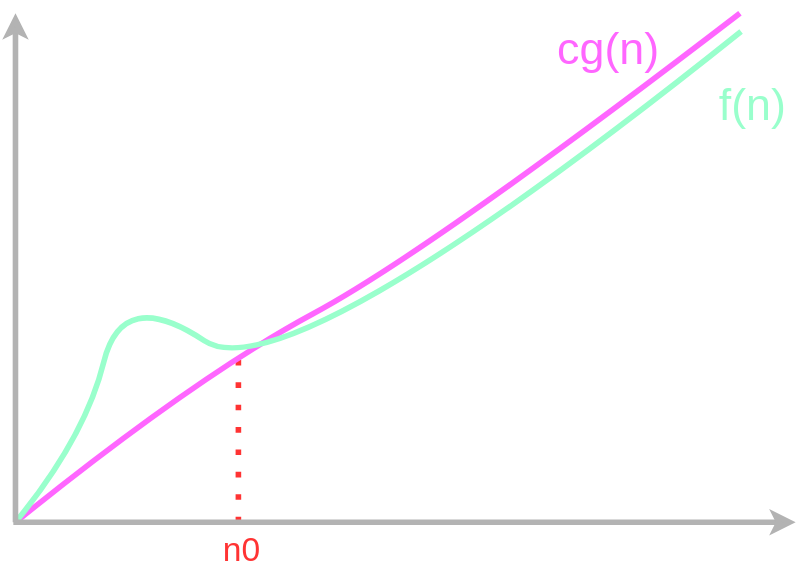
The draw.io diagram lectures/assets/diag/big-o-graph.drawio.svg in uea-teaching/computing-principles, before a commit. Source tidied: cells renumbered, new cells last; positions are measured from the earlier drawing's top-left corner, leaving out a move shared by most shapes.
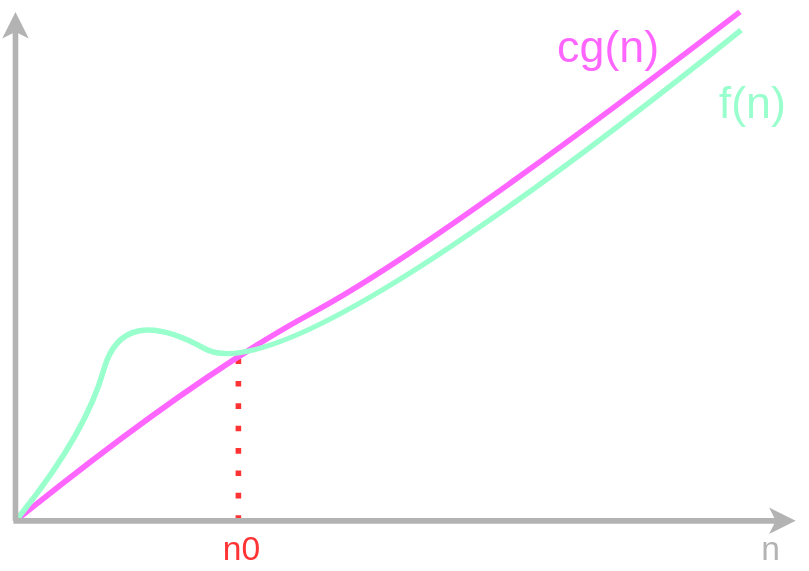
The same file after the commit.

Change to the diagram source:
```diff
@@ -29,7 +29,7 @@
         <mxPoint x="520" y="13" as="targetPoint" />
         <Array as="points">
           <mxPoint x="51.3" y="303.1" />
-          <mxPoint x="78" y="195" />
+          <mxPoint x="78" y="208" />
           <mxPoint x="195" y="273" />
         </Array>
       </mxGeometry>
@@ -54,5 +54,8 @@
     <mxCell id="9" value="&lt;font style=&quot;font-size: 24px&quot; color=&quot;#ff3333&quot;&gt;n0&lt;/font&gt;" style="text;html=1;align=center;verticalAlign=middle;fontColor=#99FFCC;" parent="1" vertex="1">
       <mxGeometry x="137.1" y="371.4" width="52" height="26" as="geometry" />
     </mxCell>
+    <mxCell id="10" value="&lt;font style=&quot;font-size: 24px&quot;&gt;n&lt;/font&gt;" style="text;html=1;align=center;verticalAlign=middle;fontColor=#B3B3B3;" parent="1" vertex="1">
+      <mxGeometry x="521" y="371.4" width="39" height="26" as="geometry" />
+    </mxCell>
   </root>
 </mxGraphModel>
```
